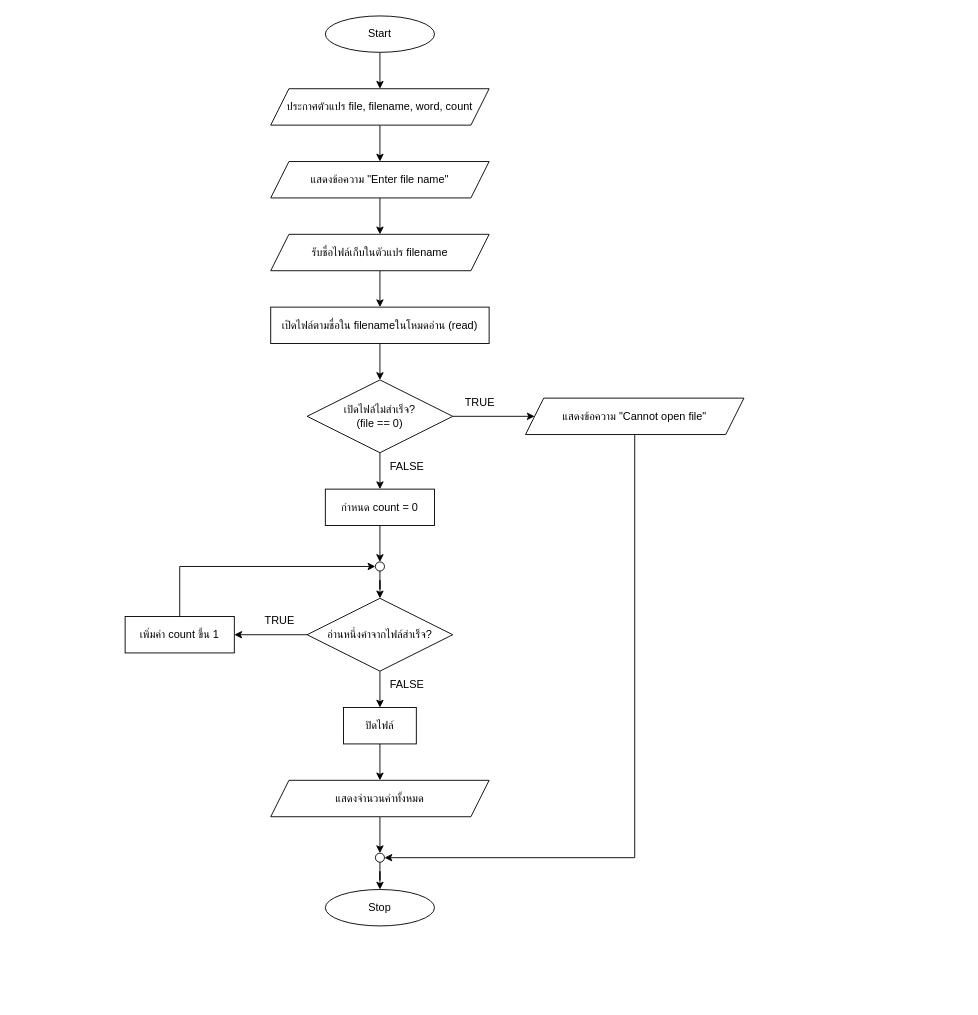
jirayuwongtom/ENGCC304 keeps this draw.io diagram as Lab/lab15.1_Flowchart.drawio. Above is the earlier version. Source tidied: cells renumbered, new cells numbered last; positions are measured from the earlier drawing's top-left corner, leaving out a move shared by most shapes. Both pictures are drawn from the tidied source at 91%, with x=0, y=0 at pixel (125, 15).
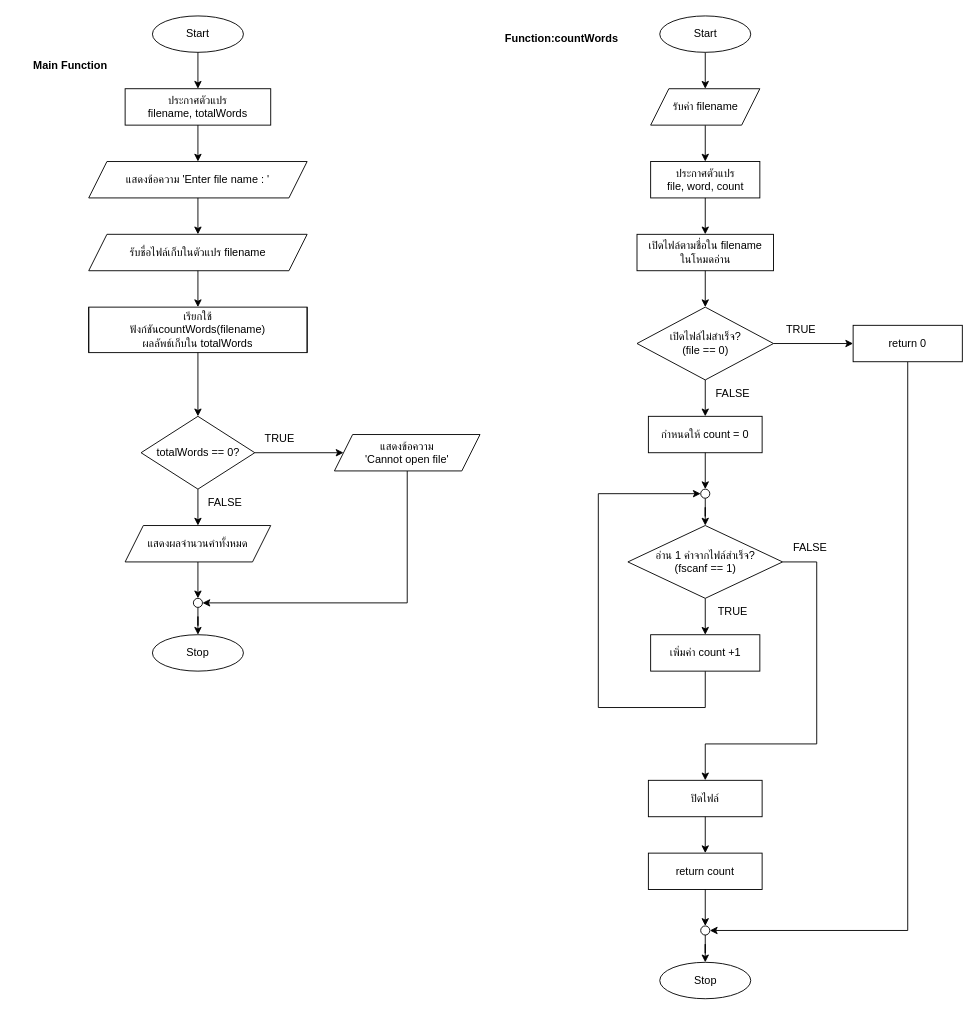
The same diagram, later.

Change to the diagram source:
```diff
@@
-    <mxCell id="2" style="edgeStyle=orthogonalEdgeStyle;rounded=0;jettySize=auto;html=1;" parent="1" edge="1" source="3" target="5">
-      <mxGeometry relative="1" as="geometry" />
-    </mxCell>
-    <mxCell id="3" value="Start" style="ellipse;whiteSpace=wrap;html=1;" parent="1" vertex="1">
-      <mxGeometry x="220" width="120" height="40" as="geometry" />
-    </mxCell>
-    <mxCell id="4" style="edgeStyle=orthogonalEdgeStyle;rounded=0;jettySize=auto;html=1;" parent="1" edge="1" source="5" target="7">
-      <mxGeometry relative="1" as="geometry" />
-    </mxCell>
-    <mxCell id="5" value="ประกาศตัวแปร file, filename, word, count" style="shape=parallelogram;perimeter=parallelogramPerimeter;whiteSpace=wrap;html=1;fixedSize=1;" parent="1" vertex="1">
-      <mxGeometry x="160" y="80" width="240" height="40" as="geometry" />
-    </mxCell>
-    <mxCell id="6" style="edgeStyle=orthogonalEdgeStyle;rounded=0;jettySize=auto;html=1;" parent="1" edge="1" source="7" target="9">
-      <mxGeometry relative="1" as="geometry" />
-    </mxCell>
-    <mxCell id="7" value="แสดงข้อความ &quot;Enter file name&quot;" style="shape=parallelogram;perimeter=parallelogramPerimeter;whiteSpace=wrap;html=1;fixedSize=1;" parent="1" vertex="1">
-      <mxGeometry x="160" y="160" width="240" height="40" as="geometry" />
-    </mxCell>
-    <mxCell id="8" style="edgeStyle=orthogonalEdgeStyle;rounded=0;jettySize=auto;html=1;" parent="1" edge="1" source="9" target="11">
-      <mxGeometry relative="1" as="geometry" />
-    </mxCell>
+    <mxCell id="37" value="&lt;b&gt;Main Function&lt;/b&gt;" style="text;html=1;strokeColor=none;fillColor=none;align=center;verticalAlign=middle;whiteSpace=wrap;rounded=0;" parent="1" vertex="1">
+      <mxGeometry x="-120" y="40" width="120" height="30" as="geometry" />
+    </mxCell>
+    <mxCell id="38" value="Start" style="ellipse;whiteSpace=wrap;html=1;" parent="1" vertex="1">
+      <mxGeometry x="30" width="100" height="40" as="geometry" />
+    </mxCell>
+    <mxCell id="39" style="edgeStyle=orthogonalEdgeStyle;rounded=0;jettySize=auto;html=1;" parent="1" edge="1" source="38" target="40">
+      <mxGeometry relative="1" as="geometry" />
+    </mxCell>
+    <mxCell id="40" value="ประกาศตัวแปร&lt;br&gt;filename, totalWords" style="whiteSpace=wrap;html=1;" parent="1" vertex="1">
+      <mxGeometry y="80" width="160" height="40" as="geometry" />
+    </mxCell>
+    <mxCell id="41" style="edgeStyle=orthogonalEdgeStyle;rounded=0;jettySize=auto;html=1;" parent="1" edge="1" source="40" target="42">
+      <mxGeometry relative="1" as="geometry" />
+    </mxCell>
+    <mxCell id="42" value="แสดงข้อความ 'Enter file name : '" style="shape=parallelogram;perimeter=parallelogramPerimeter;whiteSpace=wrap;html=1;fixedSize=1;" parent="1" vertex="1">
+      <mxGeometry x="-40" y="160" width="240" height="40" as="geometry" />
+    </mxCell>
+    <mxCell id="43" style="edgeStyle=orthogonalEdgeStyle;rounded=0;jettySize=auto;html=1;" parent="1" edge="1" source="42" target="9">
+      <mxGeometry relative="1" as="geometry" />
+    </mxCell>
     <mxCell id="9" value="รับชื่อไฟล์เก็บในตัวแปร filename" style="shape=parallelogram;perimeter=parallelogramPerimeter;whiteSpace=wrap;html=1;fixedSize=1;" parent="1" vertex="1">
-      <mxGeometry x="160" y="240" width="240" height="40" as="geometry" />
+      <mxGeometry x="-40" y="240" width="240" height="40" as="geometry" />
     </mxCell>
-    <mxCell id="10" style="edgeStyle=orthogonalEdgeStyle;rounded=0;jettySize=auto;html=1;" parent="1" edge="1" source="11" target="14">
-      <mxGeometry relative="1" as="geometry" />
-    </mxCell>
-    <mxCell id="11" value="เปิดไฟล์ตามชื่อใน filenameในโหมดอ่าน (read)" style="rounded=0;whiteSpace=wrap;html=1;" parent="1" vertex="1">
-      <mxGeometry x="160" y="320" width="240" height="40" as="geometry" />
-    </mxCell>
-    <mxCell id="12" style="edgeStyle=orthogonalEdgeStyle;rounded=0;jettySize=auto;html=1;" parent="1" edge="1" source="14" target="16">
-      <mxGeometry relative="1" as="geometry" />
-    </mxCell>
-    <mxCell id="13" style="edgeStyle=orthogonalEdgeStyle;rounded=0;jettySize=auto;html=1;" parent="1" edge="1" source="14" target="18">
-      <mxGeometry relative="1" as="geometry" />
-    </mxCell>
+    <mxCell id="44" style="edgeStyle=orthogonalEdgeStyle;rounded=0;jettySize=auto;html=1;" parent="1" edge="1" source="9" target="45">
+      <mxGeometry relative="1" as="geometry" />
+    </mxCell>
+    <mxCell id="45" value="เรียกใช้ฟังก์ชันcountWords(filename)&lt;div&gt;ผลลัพธ์เก็บใน totalWords&lt;/div&gt;" style="shape=process;whiteSpace=wrap;html=1;size=10;" parent="1" vertex="1">
+      <mxGeometry x="-40" y="320" width="240" height="50" as="geometry" />
+    </mxCell>
+    <mxCell id="46" style="edgeStyle=orthogonalEdgeStyle;rounded=0;jettySize=auto;html=1;" parent="1" edge="1" source="45" target="49">
+      <mxGeometry relative="1" as="geometry" />
+    </mxCell>
+    <mxCell id="47" style="edgeStyle=orthogonalEdgeStyle;rounded=0;jettySize=auto;html=1;" parent="1" edge="1" source="49" target="53">
+      <mxGeometry relative="1" as="geometry" />
+    </mxCell>
+    <mxCell id="48" style="edgeStyle=orthogonalEdgeStyle;rounded=0;jettySize=auto;html=1;" parent="1" edge="1" source="49" target="51">
+      <mxGeometry relative="1" as="geometry" />
+    </mxCell>
+    <mxCell id="49" value="totalWords == 0?" style="rhombus;whiteSpace=wrap;html=1;" parent="1" vertex="1">
+      <mxGeometry x="17.5" y="440" width="125" height="80" as="geometry" />
+    </mxCell>
+    <mxCell id="50" style="edgeStyle=orthogonalEdgeStyle;rounded=0;jettySize=auto;html=1;entryX=1;entryY=0.5;entryDx=0;entryDy=0;" parent="1" edge="1" source="51" target="75">
+      <mxGeometry relative="1" as="geometry">
+        <Array as="points">
+          <mxPoint x="310" y="645" />
+        </Array>
+      </mxGeometry>
+    </mxCell>
+    <mxCell id="51" value="แสดงข้อความ&lt;br&gt;'Cannot open file'" style="shape=parallelogram;perimeter=parallelogramPerimeter;whiteSpace=wrap;html=1;fixedSize=1;" parent="1" vertex="1">
+      <mxGeometry x="230" y="460" width="160" height="40" as="geometry" />
+    </mxCell>
+    <mxCell id="52" style="edgeStyle=orthogonalEdgeStyle;rounded=0;jettySize=auto;html=1;" parent="1" edge="1" source="53" target="75">
+      <mxGeometry relative="1" as="geometry" />
+    </mxCell>
+    <mxCell id="53" value="แสดงผลจำนวนคำทั้งหมด" style="shape=parallelogram;perimeter=parallelogramPerimeter;whiteSpace=wrap;html=1;fixedSize=1;" parent="1" vertex="1">
+      <mxGeometry y="560" width="160" height="40" as="geometry" />
+    </mxCell>
+    <mxCell id="54" value="Stop" style="ellipse;whiteSpace=wrap;html=1;" parent="1" vertex="1">
+      <mxGeometry x="30" y="680" width="100" height="40" as="geometry" />
+    </mxCell>
+    <mxCell id="55" value="&lt;b&gt;Function:countWords&lt;/b&gt;" style="text;html=1;strokeColor=none;fillColor=none;align=center;verticalAlign=middle;whiteSpace=wrap;rounded=0;" parent="1" vertex="1">
+      <mxGeometry x="400" y="10" width="160" height="30" as="geometry" />
+    </mxCell>
+    <mxCell id="56" value="ประกาศตัวแปร&lt;br&gt;file, word, count" style="whiteSpace=wrap;html=1;" parent="1" vertex="1">
+      <mxGeometry x="577.5" y="160" width="120" height="40" as="geometry" />
+    </mxCell>
+    <mxCell id="57" style="edgeStyle=orthogonalEdgeStyle;rounded=0;jettySize=auto;html=1;" parent="1" edge="1" source="56" target="58">
+      <mxGeometry relative="1" as="geometry" />
+    </mxCell>
+    <mxCell id="58" value="เปิดไฟล์ตามชื่อใน filename&lt;br&gt;ในโหมดอ่าน" style="whiteSpace=wrap;html=1;" parent="1" vertex="1">
+      <mxGeometry x="562.5" y="240" width="150" height="40" as="geometry" />
+    </mxCell>
+    <mxCell id="59" style="edgeStyle=orthogonalEdgeStyle;rounded=0;jettySize=auto;html=1;" parent="1" edge="1" source="58" target="14">
+      <mxGeometry relative="1" as="geometry" />
+    </mxCell>
+    <mxCell id="60" style="edgeStyle=orthogonalEdgeStyle;rounded=0;jettySize=auto;html=1;" parent="1" edge="1" source="14" target="63">
+      <mxGeometry relative="1" as="geometry" />
+    </mxCell>
+    <mxCell id="61" style="edgeStyle=orthogonalEdgeStyle;rounded=0;jettySize=auto;html=1;" parent="1" edge="1" source="14" target="65">
+      <mxGeometry relative="1" as="geometry" />
+    </mxCell>
     <mxCell id="14" value="เปิดไฟล์ไม่สำเร็จ?&lt;br&gt;(file == 0)" style="rhombus;whiteSpace=wrap;html=1;" parent="1" vertex="1">
-      <mxGeometry x="200" y="400" width="160" height="80" as="geometry" />
+      <mxGeometry x="562.5" y="320" width="150" height="80" as="geometry" />
     </mxCell>
-    <mxCell id="15" style="edgeStyle=orthogonalEdgeStyle;rounded=0;jettySize=auto;html=1;entryX=1;entryY=0.5;entryDx=0;entryDy=0;" parent="1" edge="1" source="16" target="36">
-      <mxGeometry relative="1" as="geometry">
-        <Array as="points">
-          <mxPoint x="560" y="925" />
-        </Array>
-      </mxGeometry>
-    </mxCell>
-    <mxCell id="16" value="แสดงข้อความ &quot;Cannot open file&quot;" style="shape=parallelogram;perimeter=parallelogramPerimeter;whiteSpace=wrap;html=1;fixedSize=1;" parent="1" vertex="1">
-      <mxGeometry x="440" y="420" width="240" height="40" as="geometry" />
-    </mxCell>
-    <mxCell id="17" style="edgeStyle=orthogonalEdgeStyle;rounded=0;jettySize=auto;html=1;" parent="1" edge="1" source="18" target="30">
-      <mxGeometry relative="1" as="geometry" />
-    </mxCell>
-    <mxCell id="18" value="กำหนด count = 0" style="rounded=0;whiteSpace=wrap;html=1;" parent="1" vertex="1">
-      <mxGeometry x="220" y="520" width="120" height="40" as="geometry" />
-    </mxCell>
-    <mxCell id="19" style="edgeStyle=orthogonalEdgeStyle;rounded=0;jettySize=auto;html=1;" parent="1" edge="1" source="21" target="28">
-      <mxGeometry relative="1" as="geometry" />
-    </mxCell>
-    <mxCell id="20" style="edgeStyle=orthogonalEdgeStyle;rounded=0;jettySize=auto;html=1;" parent="1" edge="1" source="21" target="25">
-      <mxGeometry relative="1" as="geometry" />
-    </mxCell>
-    <mxCell id="21" value="อ่านหนึ่งคำจากไฟล์สำเร็จ?" style="rhombus;whiteSpace=wrap;html=1;" parent="1" vertex="1">
-      <mxGeometry x="200" y="640" width="160" height="80" as="geometry" />
-    </mxCell>
-    <mxCell id="22" style="edgeStyle=orthogonalEdgeStyle;rounded=0;jettySize=auto;html=1;" parent="1" edge="1" source="23" target="36">
-      <mxGeometry relative="1" as="geometry" />
-    </mxCell>
-    <mxCell id="23" value="แสดงจำนวนคำทั้งหมด" style="shape=parallelogram;perimeter=parallelogramPerimeter;whiteSpace=wrap;html=1;fixedSize=1;" parent="1" vertex="1">
-      <mxGeometry x="160" y="840" width="240" height="40" as="geometry" />
-    </mxCell>
-    <mxCell id="24" style="edgeStyle=orthogonalEdgeStyle;rounded=0;jettySize=auto;html=1;entryX=0;entryY=0.5;entryDx=0;entryDy=0;exitX=0.5;exitY=0;exitDx=0;exitDy=0;" parent="1" edge="1" source="25" target="30">
-      <mxGeometry relative="1" as="geometry">
-        <Array as="points">
-          <mxPoint x="60" y="605" />
-        </Array>
-      </mxGeometry>
-    </mxCell>
-    <mxCell id="25" value="เพิ่มค่า count ขึ้น 1" style="rounded=0;whiteSpace=wrap;html=1;" parent="1" vertex="1">
-      <mxGeometry y="660" width="120" height="40" as="geometry" />
-    </mxCell>
-    <mxCell id="26" value="Stop" style="ellipse;whiteSpace=wrap;html=1;" parent="1" vertex="1">
-      <mxGeometry x="220" y="960" width="120" height="40" as="geometry" />
-    </mxCell>
-    <mxCell id="27" style="edgeStyle=orthogonalEdgeStyle;rounded=0;jettySize=auto;html=1;" parent="1" edge="1" source="28" target="23">
-      <mxGeometry relative="1" as="geometry" />
-    </mxCell>
+    <mxCell id="62" style="edgeStyle=orthogonalEdgeStyle;rounded=0;jettySize=auto;html=1;entryX=1;entryY=0.5;entryDx=0;entryDy=0;" parent="1" edge="1" source="63" target="88">
+      <mxGeometry relative="1" as="geometry">
+        <Array as="points">
+          <mxPoint x="860" y="1005" />
+        </Array>
+      </mxGeometry>
+    </mxCell>
+    <mxCell id="63" value="return 0" style="whiteSpace=wrap;html=1;" parent="1" vertex="1">
+      <mxGeometry x="800" y="340" width="120" height="40" as="geometry" />
+    </mxCell>
+    <mxCell id="64" style="edgeStyle=orthogonalEdgeStyle;rounded=0;jettySize=auto;html=1;" parent="1" edge="1" source="86" target="68">
+      <mxGeometry relative="1" as="geometry" />
+    </mxCell>
+    <mxCell id="65" value="กำหนดให้ count = 0" style="whiteSpace=wrap;html=1;" parent="1" vertex="1">
+      <mxGeometry x="575" y="440" width="125" height="40" as="geometry" />
+    </mxCell>
+    <mxCell id="66" style="edgeStyle=orthogonalEdgeStyle;rounded=0;jettySize=auto;html=1;" parent="1" edge="1" source="68" target="70">
+      <mxGeometry relative="1" as="geometry" />
+    </mxCell>
+    <mxCell id="67" style="edgeStyle=orthogonalEdgeStyle;rounded=0;jettySize=auto;html=1;entryX=0.5;entryY=0;entryDx=0;entryDy=0;" parent="1" edge="1" source="68" target="28">
+      <mxGeometry relative="1" as="geometry">
+        <Array as="points">
+          <mxPoint x="760" y="600" />
+          <mxPoint x="760" y="800" />
+          <mxPoint x="637" y="800" />
+        </Array>
+      </mxGeometry>
+    </mxCell>
+    <mxCell id="68" value="อ่าน 1 คำจากไฟล์สำเร็จ?&lt;br&gt;(fscanf == 1)" style="rhombus;whiteSpace=wrap;html=1;" parent="1" vertex="1">
+      <mxGeometry x="552.5" y="560" width="170" height="80" as="geometry" />
+    </mxCell>
+    <mxCell id="69" style="edgeStyle=orthogonalEdgeStyle;rounded=0;jettySize=auto;html=1;entryX=0;entryY=0.5;entryDx=0;entryDy=0;" parent="1" edge="1" source="70" target="86">
+      <mxGeometry relative="1" as="geometry">
+        <Array as="points">
+          <mxPoint x="638" y="760" />
+          <mxPoint x="520" y="760" />
+          <mxPoint x="520" y="525" />
+        </Array>
+      </mxGeometry>
+    </mxCell>
+    <mxCell id="70" value="เพิ่มค่า count +1" style="whiteSpace=wrap;html=1;" parent="1" vertex="1">
+      <mxGeometry x="577.5" y="680" width="120" height="40" as="geometry" />
+    </mxCell>
-    <mxCell id="28" value="ปิดไฟล์" style="rounded=0;whiteSpace=wrap;html=1;" parent="1" vertex="1">
-      <mxGeometry x="240" y="760" width="80" height="40" as="geometry" />
+    <mxCell id="28" value="ปิดไฟล์" style="whiteSpace=wrap;html=1;" parent="1" vertex="1">
+      <mxGeometry x="575" y="840" width="125" height="40" as="geometry" />
     </mxCell>
-    <mxCell id="29" style="edgeStyle=orthogonalEdgeStyle;rounded=0;jettySize=auto;html=1;" parent="1" edge="1" source="30" target="21">
-      <mxGeometry relative="1" as="geometry" />
-    </mxCell>
-    <mxCell id="30" style="ellipse;whiteSpace=wrap;html=1;" parent="1" vertex="1">
-      <mxGeometry x="275" y="600" width="10" height="10" as="geometry" />
-    </mxCell>
-    <mxCell id="31" value="TRUE" style="text;html=1;align=center;verticalAlign=middle;whiteSpace=wrap;rounded=0;" parent="1" vertex="1">
-      <mxGeometry x="360" y="410" width="60" height="30" as="geometry" />
-    </mxCell>
-    <mxCell id="32" value="FALSE" style="text;html=1;align=center;verticalAlign=middle;whiteSpace=wrap;rounded=0;" parent="1" vertex="1">
-      <mxGeometry x="280" y="480" width="60" height="30" as="geometry" />
-    </mxCell>
-    <mxCell id="33" value="TRUE" style="text;html=1;align=center;verticalAlign=middle;whiteSpace=wrap;rounded=0;" parent="1" vertex="1">
-      <mxGeometry x="140" y="650" width="60" height="30" as="geometry" />
-    </mxCell>
-    <mxCell id="34" value="FALSE" style="text;html=1;align=center;verticalAlign=middle;whiteSpace=wrap;rounded=0;" parent="1" vertex="1">
-      <mxGeometry x="280" y="720" width="60" height="30" as="geometry" />
-    </mxCell>
-    <mxCell id="35" style="edgeStyle=orthogonalEdgeStyle;rounded=0;jettySize=auto;html=1;" parent="1" edge="1" source="36" target="26">
-      <mxGeometry relative="1" as="geometry" />
-    </mxCell>
-    <mxCell id="36" style="ellipse;whiteSpace=wrap;html=1;" parent="1" vertex="1">
-      <mxGeometry x="275" y="920" width="10" height="10" as="geometry" />
-    </mxCell>
+    <mxCell id="71" style="edgeStyle=orthogonalEdgeStyle;rounded=0;jettySize=auto;html=1;" parent="1" edge="1" source="28" target="73">
+      <mxGeometry relative="1" as="geometry" />
+    </mxCell>
+    <mxCell id="72" style="edgeStyle=orthogonalEdgeStyle;rounded=0;jettySize=auto;html=1;" parent="1" edge="1" source="88" target="78">
+      <mxGeometry relative="1" as="geometry" />
+    </mxCell>
+    <mxCell id="73" value="return count" style="whiteSpace=wrap;html=1;" parent="1" vertex="1">
+      <mxGeometry x="575" y="920" width="125" height="40" as="geometry" />
+    </mxCell>
+    <mxCell id="74" style="edgeStyle=orthogonalEdgeStyle;rounded=0;jettySize=auto;html=1;" parent="1" edge="1" source="75" target="54">
+      <mxGeometry relative="1" as="geometry" />
+    </mxCell>
+    <mxCell id="75" style="ellipse;whiteSpace=wrap;html=1;" parent="1" vertex="1">
+      <mxGeometry x="75" y="640" width="10" height="10" as="geometry" />
+    </mxCell>
+    <mxCell id="76" value="TRUE" style="text;html=1;align=center;verticalAlign=middle;whiteSpace=wrap;rounded=0;" parent="1" vertex="1">
+      <mxGeometry x="140" y="450" width="60" height="30" as="geometry" />
+    </mxCell>
+    <mxCell id="77" value="FALSE" style="text;html=1;align=center;verticalAlign=middle;whiteSpace=wrap;rounded=0;" parent="1" vertex="1">
+      <mxGeometry x="80" y="520" width="60" height="30" as="geometry" />
+    </mxCell>
+    <mxCell id="78" value="Stop" style="ellipse;whiteSpace=wrap;html=1;" parent="1" vertex="1">
+      <mxGeometry x="587.5" y="1040" width="100" height="40" as="geometry" />
+    </mxCell>
+    <mxCell id="79" style="edgeStyle=orthogonalEdgeStyle;rounded=0;jettySize=auto;html=1;" parent="1" edge="1" source="80" target="82">
+      <mxGeometry relative="1" as="geometry" />
+    </mxCell>
+    <mxCell id="80" value="Start" style="ellipse;whiteSpace=wrap;html=1;" parent="1" vertex="1">
+      <mxGeometry x="587.5" width="100" height="40" as="geometry" />
+    </mxCell>
+    <mxCell id="81" style="edgeStyle=orthogonalEdgeStyle;rounded=0;jettySize=auto;html=1;" parent="1" edge="1" source="82" target="56">
+      <mxGeometry relative="1" as="geometry" />
+    </mxCell>
+    <mxCell id="82" value="รับค่า filename" style="shape=parallelogram;perimeter=parallelogramPerimeter;whiteSpace=wrap;html=1;fixedSize=1;" parent="1" vertex="1">
+      <mxGeometry x="577.5" y="80" width="120" height="40" as="geometry" />
+    </mxCell>
+    <mxCell id="83" value="TRUE" style="text;html=1;align=center;verticalAlign=middle;whiteSpace=wrap;rounded=0;" parent="1" vertex="1">
+      <mxGeometry x="712.5" y="330" width="60" height="30" as="geometry" />
+    </mxCell>
+    <mxCell id="84" value="FALSE" style="text;html=1;align=center;verticalAlign=middle;whiteSpace=wrap;rounded=0;" parent="1" vertex="1">
+      <mxGeometry x="637.5" y="400" width="60" height="30" as="geometry" />
+    </mxCell>
+    <mxCell id="85" style="edgeStyle=orthogonalEdgeStyle;rounded=0;jettySize=auto;html=1;" parent="1" edge="1" source="65" target="86">
+      <mxGeometry relative="1" as="geometry" />
+    </mxCell>
+    <mxCell id="86" style="ellipse;whiteSpace=wrap;html=1;" parent="1" vertex="1">
+      <mxGeometry x="632.5" y="520" width="10" height="10" as="geometry" />
+    </mxCell>
+    <mxCell id="87" style="edgeStyle=orthogonalEdgeStyle;rounded=0;jettySize=auto;html=1;" parent="1" edge="1" source="73" target="88">
+      <mxGeometry relative="1" as="geometry" />
+    </mxCell>
+    <mxCell id="88" style="ellipse;whiteSpace=wrap;html=1;" parent="1" vertex="1">
+      <mxGeometry x="632.5" y="1000" width="10" height="10" as="geometry" />
+    </mxCell>
+    <mxCell id="89" value="TRUE" style="text;html=1;align=center;verticalAlign=middle;whiteSpace=wrap;rounded=0;" parent="1" vertex="1">
+      <mxGeometry x="637.5" y="640" width="60" height="30" as="geometry" />
+    </mxCell>
+    <mxCell id="90" value="FALSE" style="text;html=1;align=center;verticalAlign=middle;whiteSpace=wrap;rounded=0;" parent="1" vertex="1">
+      <mxGeometry x="722.5" y="570" width="60" height="30" as="geometry" />
+    </mxCell>
```
